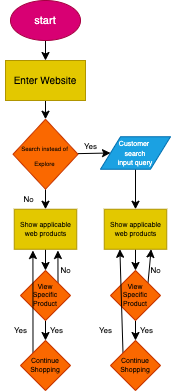
Earlier version of the draw.io export explore/diagramming/diagram.drawio.png (AnniePhan02/fa22-cse110-lab4). Source tidied: cells renumbered, new cells last; positions are measured from the earlier drawing's top-left corner, leaving out a move shared by most shapes.
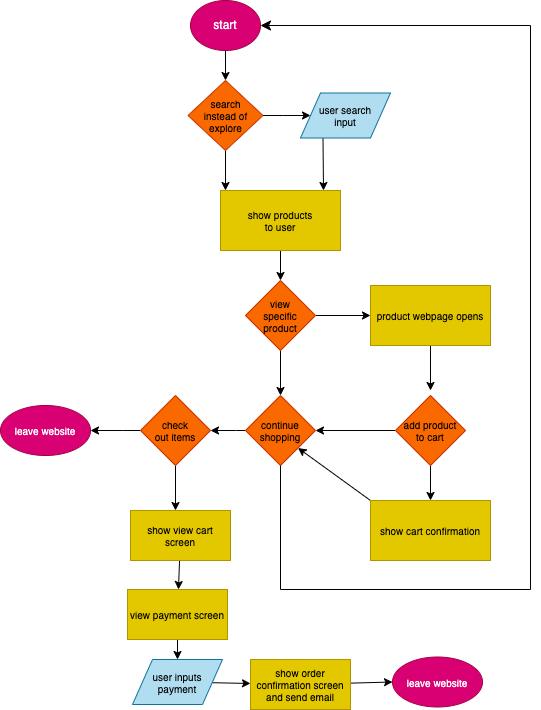
After the commit.

Commit message:
completed expand, expose, explore sections

What changed in the source:
```diff
@@ -2,106 +2,163 @@
   <root>
     <mxCell id="0" />
     <mxCell id="1" parent="0" />
-    <mxCell id="2" style="edgeStyle=none;html=1;" parent="1" edge="1" source="3" target="5">
-      <mxGeometry relative="1" as="geometry" />
-    </mxCell>
-    <mxCell id="3" value="&lt;font style=&quot;font-size: 11px;&quot;&gt;start&lt;/font&gt;" style="ellipse;whiteSpace=wrap;html=1;fillColor=#d80073;fontColor=#ffffff;strokeColor=#A50040;" parent="1" vertex="1">
-      <mxGeometry x="10" width="70" height="40" as="geometry" />
-    </mxCell>
-    <mxCell id="4" style="edgeStyle=none;html=1;entryX=0.5;entryY=0;entryDx=0;entryDy=0;" parent="1" edge="1" source="5" target="8">
-      <mxGeometry relative="1" as="geometry" />
-    </mxCell>
-    <mxCell id="5" value="&lt;font style=&quot;font-size: 10px;&quot;&gt;Enter Website&lt;/font&gt;" style="rounded=0;whiteSpace=wrap;html=1;fillColor=#e3c800;strokeColor=#B09500;fontColor=#000000;" parent="1" vertex="1">
-      <mxGeometry x="5" y="60" width="80" height="40" as="geometry" />
-    </mxCell>
-    <mxCell id="6" style="edgeStyle=none;html=1;fontSize=6;entryX=0;entryY=0.5;entryDx=0;entryDy=0;" parent="1" edge="1" source="8" target="12">
-      <mxGeometry relative="1" as="geometry" />
-    </mxCell>
-    <mxCell id="7" style="edgeStyle=none;html=1;fontSize=7;" parent="1" edge="1" source="8" target="14">
-      <mxGeometry relative="1" as="geometry" />
-    </mxCell>
-    <mxCell id="8" value="&lt;font style=&quot;font-size: 6px;&quot;&gt;Search instead of Explore&lt;/font&gt;" style="rhombus;whiteSpace=wrap;html=1;fillColor=#fa6800;fontColor=#000000;strokeColor=#C73500;" parent="1" vertex="1">
-      <mxGeometry x="12.5" y="118.8" width="65" height="70" as="geometry" />
-    </mxCell>
-    <mxCell id="9" value="&lt;font style=&quot;font-size: 8px;&quot;&gt;Yes&lt;/font&gt;" style="text;html=1;align=center;verticalAlign=middle;strokeColor=none;fillColor=none;fontSize=6;" parent="1" vertex="1">
-      <mxGeometry x="70" y="136.2" width="40" height="20" as="geometry" />
-    </mxCell>
-    <mxCell id="10" value="No" style="text;html=1;align=center;verticalAlign=middle;strokeColor=none;fillColor=none;fontSize=8;" parent="1" vertex="1">
-      <mxGeometry x="12.5" y="188.8" width="30" height="20" as="geometry" />
-    </mxCell>
-    <mxCell id="11" style="edgeStyle=none;html=1;fontSize=7;" parent="1" edge="1" source="12" target="16">
-      <mxGeometry relative="1" as="geometry" />
-    </mxCell>
-    <mxCell id="12" value="&lt;font style=&quot;font-size: 7px;&quot;&gt;Customer&amp;nbsp;&lt;br&gt;search&lt;br&gt;input query&lt;/font&gt;" style="shape=parallelogram;perimeter=parallelogramPerimeter;whiteSpace=wrap;html=1;fixedSize=1;fontSize=8;fillColor=#1ba1e2;fontColor=#ffffff;strokeColor=#006EAF;" parent="1" vertex="1">
-      <mxGeometry x="100" y="136.2" width="70" height="32.5" as="geometry" />
-    </mxCell>
-    <mxCell id="13" style="edgeStyle=none;html=1;entryX=0.5;entryY=0;entryDx=0;entryDy=0;fontSize=7;" parent="1" edge="1" source="14">
-      <mxGeometry relative="1" as="geometry">
-        <mxPoint x="45" y="270" as="targetPoint" />
-      </mxGeometry>
-    </mxCell>
-    <mxCell id="14" value="Show applicable web products" style="rounded=0;whiteSpace=wrap;html=1;fontSize=7;fillColor=#e3c800;strokeColor=#B09500;fontColor=#000000;" parent="1" vertex="1">
-      <mxGeometry x="13.8" y="208.8" width="62.5" height="40" as="geometry" />
-    </mxCell>
-    <mxCell id="15" style="edgeStyle=none;html=1;fontSize=7;" parent="1" edge="1" source="16" target="19">
-      <mxGeometry relative="1" as="geometry" />
-    </mxCell>
-    <mxCell id="16" value="Show applicable web products" style="rounded=0;whiteSpace=wrap;html=1;fontSize=7;fillColor=#e3c800;strokeColor=#B09500;fontColor=#000000;" parent="1" vertex="1">
-      <mxGeometry x="103.8" y="208.8" width="62.5" height="40" as="geometry" />
-    </mxCell>
-    <mxCell id="17" style="edgeStyle=none;html=1;exitX=1;exitY=0;exitDx=0;exitDy=0;entryX=0.75;entryY=1;entryDx=0;entryDy=0;fontSize=7;" parent="1" edge="1" source="19" target="16">
-      <mxGeometry relative="1" as="geometry" />
-    </mxCell>
-    <mxCell id="18" style="edgeStyle=none;html=1;exitX=0.5;exitY=1;exitDx=0;exitDy=0;entryX=0.5;entryY=0;entryDx=0;entryDy=0;fontSize=7;" parent="1" edge="1" source="19" target="28">
-      <mxGeometry relative="1" as="geometry" />
-    </mxCell>
-    <mxCell id="19" value="View&lt;br&gt;Specific Product" style="rhombus;whiteSpace=wrap;html=1;fontSize=7;fillColor=#fa6800;fontColor=#000000;strokeColor=#C73500;" parent="1" vertex="1">
-      <mxGeometry x="110" y="270" width="50" height="50" as="geometry" />
-    </mxCell>
-    <mxCell id="20" style="edgeStyle=none;html=1;exitX=1;exitY=0;exitDx=0;exitDy=0;fontSize=7;" parent="1" edge="1" source="22">
-      <mxGeometry relative="1" as="geometry">
-        <mxPoint x="57.4" y="250" as="targetPoint" />
-      </mxGeometry>
-    </mxCell>
-    <mxCell id="21" style="edgeStyle=none;html=1;exitX=0.5;exitY=1;exitDx=0;exitDy=0;entryX=0.5;entryY=0;entryDx=0;entryDy=0;fontSize=7;" parent="1" edge="1" source="22">
-      <mxGeometry relative="1" as="geometry">
-        <mxPoint x="45" y="340" as="targetPoint" />
-      </mxGeometry>
-    </mxCell>
-    <mxCell id="22" value="View&lt;br&gt;Specific Product" style="rhombus;whiteSpace=wrap;html=1;fontSize=7;fillColor=#fa6800;fontColor=#000000;strokeColor=#C73500;" parent="1" vertex="1">
-      <mxGeometry x="20" y="270" width="50" height="50" as="geometry" />
-    </mxCell>
-    <mxCell id="23" value="No" style="text;html=1;align=center;verticalAlign=middle;strokeColor=none;fillColor=none;fontSize=8;" parent="1" vertex="1">
-      <mxGeometry x="50" y="260" width="30" height="20" as="geometry" />
-    </mxCell>
-    <mxCell id="24" value="No" style="text;html=1;align=center;verticalAlign=middle;strokeColor=none;fillColor=none;fontSize=8;" parent="1" vertex="1">
-      <mxGeometry x="140" y="260" width="30" height="20" as="geometry" />
-    </mxCell>
-    <mxCell id="25" style="edgeStyle=none;html=1;exitX=0;exitY=0;exitDx=0;exitDy=0;fontSize=7;" parent="1" edge="1" source="26">
-      <mxGeometry relative="1" as="geometry">
-        <mxPoint x="32.4" y="250" as="targetPoint" />
-      </mxGeometry>
-    </mxCell>
-    <mxCell id="26" value="Continue Shopping" style="rhombus;whiteSpace=wrap;html=1;fontSize=7;fillColor=#fa6800;fontColor=#000000;strokeColor=#C73500;" parent="1" vertex="1">
-      <mxGeometry x="20" y="340" width="50" height="50" as="geometry" />
-    </mxCell>
-    <mxCell id="27" style="edgeStyle=none;html=1;exitX=0;exitY=0;exitDx=0;exitDy=0;entryX=0.25;entryY=1;entryDx=0;entryDy=0;fontSize=7;" parent="1" edge="1" source="28" target="16">
-      <mxGeometry relative="1" as="geometry" />
-    </mxCell>
-    <mxCell id="28" value="Continue Shopping" style="rhombus;whiteSpace=wrap;html=1;fontSize=7;fillColor=#fa6800;fontColor=#000000;strokeColor=#C73500;" parent="1" vertex="1">
-      <mxGeometry x="110" y="340" width="50" height="50" as="geometry" />
-    </mxCell>
-    <mxCell id="29" value="&lt;font style=&quot;font-size: 8px;&quot;&gt;Yes&lt;/font&gt;" style="text;html=1;align=center;verticalAlign=middle;strokeColor=none;fillColor=none;fontSize=6;" parent="1" vertex="1">
-      <mxGeometry y="320" width="40" height="20" as="geometry" />
-    </mxCell>
-    <mxCell id="30" value="&lt;font style=&quot;font-size: 8px;&quot;&gt;Yes&lt;/font&gt;" style="text;html=1;align=center;verticalAlign=middle;strokeColor=none;fillColor=none;fontSize=6;" parent="1" vertex="1">
-      <mxGeometry x="85" y="320" width="40" height="20" as="geometry" />
-    </mxCell>
-    <mxCell id="31" value="&lt;font style=&quot;font-size: 8px;&quot;&gt;Yes&lt;/font&gt;" style="text;html=1;align=center;verticalAlign=middle;strokeColor=none;fillColor=none;fontSize=6;" parent="1" vertex="1">
-      <mxGeometry x="36.2" y="320" width="40" height="20" as="geometry" />
-    </mxCell>
+    <mxCell id="33" style="edgeStyle=none;html=1;fontSize=10;" parent="1" edge="1" source="32" target="36">
+      <mxGeometry relative="1" as="geometry" />
+    </mxCell>
-    <mxCell id="32" value="&lt;font style=&quot;font-size: 8px;&quot;&gt;Yes&lt;/font&gt;" style="text;html=1;align=center;verticalAlign=middle;points=[];strokeColor=none;fillColor=none;fontSize=6;" parent="1" vertex="1">
-      <mxGeometry x="126.2" y="320" width="40" height="20" as="geometry" />
+    <mxCell id="32" value="start" style="ellipse;whiteSpace=wrap;html=1;fillColor=#d80073;strokeColor=#A50040;fontColor=#ffffff;" parent="1" vertex="1">
+      <mxGeometry x="126.2" y="320" width="70" height="50" as="geometry" />
     </mxCell>
+    <mxCell id="34" style="edgeStyle=none;html=1;fontSize=10;" parent="1" edge="1" source="36" target="38">
+      <mxGeometry relative="1" as="geometry" />
+    </mxCell>
+    <mxCell id="35" style="edgeStyle=none;html=1;fontSize=10;fontColor=#000000;" parent="1" edge="1" source="36">
+      <mxGeometry relative="1" as="geometry">
+        <mxPoint x="161.2" y="510" as="targetPoint" />
+      </mxGeometry>
+    </mxCell>
+    <mxCell id="36" value="search&lt;br&gt;instead of&lt;br&gt;explore" style="rhombus;whiteSpace=wrap;html=1;labelBackgroundColor=none;fontSize=10;fillColor=#fa6800;fontColor=#000000;strokeColor=#C73500;" parent="1" vertex="1">
+      <mxGeometry x="123.7" y="400" width="75" height="70" as="geometry" />
+    </mxCell>
+    <mxCell id="37" style="edgeStyle=none;html=1;exitX=0.25;exitY=1;exitDx=0;exitDy=0;fontSize=10;fontColor=#FFFFFF;" parent="1" edge="1" source="38">
+      <mxGeometry relative="1" as="geometry">
+        <mxPoint x="259.2" y="510" as="targetPoint" />
+      </mxGeometry>
+    </mxCell>
+    <mxCell id="38" value="&lt;font color=&quot;#000000&quot;&gt;user search&lt;br&gt;input&lt;br&gt;&lt;/font&gt;" style="shape=parallelogram;perimeter=parallelogramPerimeter;whiteSpace=wrap;html=1;fixedSize=1;labelBackgroundColor=none;fontSize=10;fillColor=#b1ddf0;strokeColor=#10739e;" parent="1" vertex="1">
+      <mxGeometry x="236.2" y="412.5" width="90" height="45" as="geometry" />
+    </mxCell>
+    <mxCell id="39" value="yes" style="text;html=1;strokeColor=none;fillColor=none;align=center;verticalAlign=middle;whiteSpace=wrap;rounded=0;labelBackgroundColor=none;fontSize=10;fontColor=#FFFFFF;" parent="1" vertex="1">
+      <mxGeometry x="196.2" y="412.5" width="60" height="30" as="geometry" />
+    </mxCell>
+    <mxCell id="40" value="no" style="text;html=1;align=center;verticalAlign=middle;strokeColor=none;fillColor=none;fontSize=10;fontColor=#FFFFFF;" parent="1" vertex="1">
+      <mxGeometry x="126.2" y="470" width="30" height="30" as="geometry" />
+    </mxCell>
+    <mxCell id="41" style="edgeStyle=none;html=1;entryX=0.5;entryY=0;entryDx=0;entryDy=0;fontSize=10;fontColor=#FFFFFF;" parent="1" edge="1" source="42" target="45">
+      <mxGeometry relative="1" as="geometry" />
+    </mxCell>
+    <mxCell id="42" value="show products&lt;br&gt;to user" style="rounded=0;whiteSpace=wrap;html=1;labelBackgroundColor=none;fontSize=10;fillColor=#e3c800;strokeColor=#B09500;fontColor=#000000;" parent="1" vertex="1">
+      <mxGeometry x="156.2" y="510" width="120" height="60" as="geometry" />
+    </mxCell>
+    <mxCell id="43" style="edgeStyle=none;html=1;exitX=1;exitY=0.5;exitDx=0;exitDy=0;fontSize=10;fontColor=#FFFFFF;" parent="1" edge="1" source="45">
+      <mxGeometry relative="1" as="geometry">
+        <mxPoint x="306.2" y="635" as="targetPoint" />
+      </mxGeometry>
+    </mxCell>
+    <mxCell id="44" style="edgeStyle=none;html=1;exitX=0.5;exitY=1;exitDx=0;exitDy=0;fontSize=10;fontColor=#FFFFFF;entryX=0.5;entryY=0;entryDx=0;entryDy=0;" parent="1" edge="1" source="45" target="57">
+      <mxGeometry relative="1" as="geometry" />
+    </mxCell>
+    <mxCell id="45" value="view&lt;br&gt;specific&lt;br&gt;product" style="rhombus;whiteSpace=wrap;html=1;labelBackgroundColor=none;fontSize=10;fontColor=#000000;fillColor=#fa6800;strokeColor=#C73500;" parent="1" vertex="1">
+      <mxGeometry x="181.2" y="600" width="70" height="70" as="geometry" />
+    </mxCell>
+    <mxCell id="46" style="edgeStyle=none;html=1;fontSize=10;fontColor=#FFFFFF;" parent="1" edge="1" source="47">
+      <mxGeometry relative="1" as="geometry">
+        <mxPoint x="366.2" y="710" as="targetPoint" />
+      </mxGeometry>
+    </mxCell>
+    <mxCell id="47" value="product webpage opens" style="rounded=0;whiteSpace=wrap;html=1;labelBackgroundColor=none;fontSize=10;fontColor=#000000;fillColor=#e3c800;strokeColor=#B09500;" parent="1" vertex="1">
+      <mxGeometry x="306.2" y="605" width="120" height="60" as="geometry" />
+    </mxCell>
+    <mxCell id="48" value="yes" style="text;html=1;strokeColor=none;fillColor=none;align=center;verticalAlign=middle;whiteSpace=wrap;rounded=0;labelBackgroundColor=none;fontSize=10;fontColor=#FFFFFF;" parent="1" vertex="1">
+      <mxGeometry x="246.2" y="605" width="60" height="30" as="geometry" />
+    </mxCell>
+    <mxCell id="49" value="no" style="text;html=1;align=center;verticalAlign=middle;strokeColor=none;fillColor=none;fontSize=10;fontColor=#FFFFFF;" parent="1" vertex="1">
+      <mxGeometry x="186.2" y="665" width="30" height="30" as="geometry" />
+    </mxCell>
+    <mxCell id="50" style="edgeStyle=none;html=1;fontSize=10;fontColor=#FFFFFF;" parent="1" edge="1" source="52">
+      <mxGeometry relative="1" as="geometry">
+        <mxPoint x="366.2" y="820" as="targetPoint" />
+      </mxGeometry>
+    </mxCell>
+    <mxCell id="51" style="edgeStyle=none;html=1;fontSize=10;fontColor=#FFFFFF;" parent="1" edge="1" source="52" target="57">
+      <mxGeometry relative="1" as="geometry" />
+    </mxCell>
+    <mxCell id="52" value="add product&lt;br&gt;to cart" style="rhombus;whiteSpace=wrap;html=1;labelBackgroundColor=none;fontSize=10;fontColor=#000000;fillColor=#fa6800;strokeColor=#C73500;" parent="1" vertex="1">
+      <mxGeometry x="331.2" y="715" width="70" height="70" as="geometry" />
+    </mxCell>
+    <mxCell id="53" style="edgeStyle=none;html=1;exitX=0;exitY=0;exitDx=0;exitDy=0;entryX=1;entryY=1;entryDx=0;entryDy=0;fontSize=10;fontColor=#FFFFFF;" parent="1" edge="1" source="54" target="57">
+      <mxGeometry relative="1" as="geometry" />
+    </mxCell>
+    <mxCell id="54" value="show cart confirmation" style="rounded=0;whiteSpace=wrap;html=1;labelBackgroundColor=none;fontSize=10;fontColor=#000000;fillColor=#e3c800;strokeColor=#B09500;" parent="1" vertex="1">
+      <mxGeometry x="306.2" y="820" width="120" height="60" as="geometry" />
+    </mxCell>
+    <mxCell id="55" value="yes" style="text;html=1;strokeColor=none;fillColor=none;align=center;verticalAlign=middle;whiteSpace=wrap;rounded=0;labelBackgroundColor=none;fontSize=10;fontColor=#FFFFFF;" parent="1" vertex="1">
+      <mxGeometry x="356.2" y="780" width="60" height="30" as="geometry" />
+    </mxCell>
+    <mxCell id="56" style="edgeStyle=none;html=1;fontSize=10;fontColor=#FFFFFF;" parent="1" edge="1" source="57">
+      <mxGeometry relative="1" as="geometry">
+        <mxPoint x="146.2" y="750" as="targetPoint" />
+      </mxGeometry>
+    </mxCell>
+    <mxCell id="57" value="continue&lt;br&gt;shopping" style="rhombus;whiteSpace=wrap;html=1;labelBackgroundColor=none;fontSize=10;fontColor=#000000;fillColor=#fa6800;strokeColor=#C73500;" parent="1" vertex="1">
+      <mxGeometry x="181.2" y="715" width="70" height="70" as="geometry" />
+    </mxCell>
+    <mxCell id="58" value="no" style="text;html=1;strokeColor=none;fillColor=none;align=center;verticalAlign=middle;whiteSpace=wrap;rounded=0;labelBackgroundColor=none;fontSize=10;fontColor=#FFFFFF;" parent="1" vertex="1">
+      <mxGeometry x="266.2" y="720" width="60" height="30" as="geometry" />
+    </mxCell>
+    <mxCell id="59" value="no" style="text;html=1;strokeColor=none;fillColor=none;align=center;verticalAlign=middle;whiteSpace=wrap;rounded=0;labelBackgroundColor=none;fontSize=10;fontColor=#FFFFFF;" parent="1" vertex="1">
+      <mxGeometry x="138.7" y="730" width="60" height="30" as="geometry" />
+    </mxCell>
+    <mxCell id="60" value="yes" style="text;html=1;align=center;verticalAlign=middle;strokeColor=none;fillColor=none;fontSize=10;fontColor=#FFFFFF;" parent="1" vertex="1">
+      <mxGeometry x="216.2" y="815" width="40" height="30" as="geometry" />
+    </mxCell>
+    <mxCell id="61" style="edgeStyle=segmentEdgeStyle;endArrow=classic;html=1;curved=0;rounded=0;endSize=8;startSize=8;sourcePerimeterSpacing=0;targetPerimeterSpacing=0;fontSize=10;fontColor=#FFFFFF;entryX=1;entryY=0.5;entryDx=0;entryDy=0;" parent="1" edge="1" target="32">
+      <mxGeometry relative="1" as="geometry">
+        <mxPoint x="216.2" y="785" as="sourcePoint" />
+        <Array as="points">
+          <mxPoint x="216.2" y="909" />
+          <mxPoint x="466.2" y="909" />
+          <mxPoint x="466.2" y="345" />
+        </Array>
+      </mxGeometry>
+    </mxCell>
+    <mxCell id="62" style="edgeStyle=none;html=1;fontSize=10;fontColor=#FFFFFF;" parent="1" edge="1" source="64">
+      <mxGeometry relative="1" as="geometry">
+        <mxPoint x="26.2" y="750" as="targetPoint" />
+      </mxGeometry>
+    </mxCell>
+    <mxCell id="63" style="edgeStyle=none;html=1;fontSize=10;fontColor=#FFFFFF;" parent="1" edge="1" source="64">
+      <mxGeometry relative="1" as="geometry">
+        <mxPoint x="111.2" y="830" as="targetPoint" />
+      </mxGeometry>
+    </mxCell>
+    <mxCell id="64" value="check&lt;br&gt;out items" style="rhombus;whiteSpace=wrap;html=1;labelBackgroundColor=none;fontSize=10;fontColor=#000000;fillColor=#fa6800;strokeColor=#C73500;" parent="1" vertex="1">
+      <mxGeometry x="76.2" y="715" width="70" height="70" as="geometry" />
+    </mxCell>
+    <mxCell id="65" value="no" style="text;html=1;strokeColor=none;fillColor=none;align=center;verticalAlign=middle;whiteSpace=wrap;rounded=0;labelBackgroundColor=none;fontSize=10;fontColor=#FFFFFF;" parent="1" vertex="1">
+      <mxGeometry x="26.2" y="730" width="60" height="30" as="geometry" />
+    </mxCell>
+    <mxCell id="66" value="leave website" style="ellipse;whiteSpace=wrap;html=1;labelBackgroundColor=none;fontSize=10;fontColor=#ffffff;fillColor=#d80073;strokeColor=#A50040;" parent="1" vertex="1">
+      <mxGeometry x="-63.8" y="725" width="90" height="50" as="geometry" />
+    </mxCell>
+    <mxCell id="67" value="yes" style="text;html=1;align=center;verticalAlign=middle;strokeColor=none;fillColor=none;fontSize=10;fontColor=#FFFFFF;" parent="1" vertex="1">
+      <mxGeometry x="106.2" y="785" width="40" height="30" as="geometry" />
+    </mxCell>
+    <mxCell id="68" style="edgeStyle=none;html=1;fontSize=10;fontColor=#FFFFFF;" parent="1" edge="1" source="69" target="71">
+      <mxGeometry relative="1" as="geometry" />
+    </mxCell>
+    <mxCell id="69" value="show view cart&lt;br&gt;screen" style="rounded=0;whiteSpace=wrap;html=1;labelBackgroundColor=none;fontSize=10;fontColor=#000000;fillColor=#e3c800;strokeColor=#B09500;" parent="1" vertex="1">
+      <mxGeometry x="66.2" y="830" width="100" height="50" as="geometry" />
+    </mxCell>
+    <mxCell id="70" style="edgeStyle=none;html=1;entryX=0.5;entryY=0;entryDx=0;entryDy=0;fontSize=10;fontColor=#FFFFFF;" parent="1" edge="1" source="71" target="73">
+      <mxGeometry relative="1" as="geometry" />
+    </mxCell>
+    <mxCell id="71" value="view payment screen" style="rounded=0;whiteSpace=wrap;html=1;labelBackgroundColor=none;fontSize=10;fontColor=#000000;fillColor=#e3c800;strokeColor=#B09500;" parent="1" vertex="1">
+      <mxGeometry x="63.2" y="909" width="100" height="50" as="geometry" />
+    </mxCell>
+    <mxCell id="72" style="edgeStyle=none;html=1;fontSize=10;fontColor=#000000;" parent="1" edge="1" source="73" target="75">
+      <mxGeometry relative="1" as="geometry" />
+    </mxCell>
+    <mxCell id="73" value="&lt;font color=&quot;#000000&quot;&gt;user inputs&lt;br&gt;payment&lt;/font&gt;" style="shape=parallelogram;perimeter=parallelogramPerimeter;whiteSpace=wrap;html=1;fixedSize=1;labelBackgroundColor=none;fontSize=10;fillColor=#b1ddf0;strokeColor=#10739e;" parent="1" vertex="1">
+      <mxGeometry x="68.2" y="979" width="90" height="45" as="geometry" />
+    </mxCell>
+    <mxCell id="74" style="edgeStyle=none;html=1;entryX=0;entryY=0.5;entryDx=0;entryDy=0;fontSize=10;fontColor=#000000;" parent="1" edge="1" source="75" target="76">
+      <mxGeometry relative="1" as="geometry" />
+    </mxCell>
+    <mxCell id="75" value="show order confirmation screen&lt;br&gt;and send email" style="rounded=0;whiteSpace=wrap;html=1;labelBackgroundColor=none;fontSize=10;fontColor=#000000;fillColor=#e3c800;strokeColor=#B09500;" parent="1" vertex="1">
+      <mxGeometry x="186.2" y="979" width="100" height="50" as="geometry" />
+    </mxCell>
+    <mxCell id="76" value="leave website" style="ellipse;whiteSpace=wrap;html=1;labelBackgroundColor=none;fontSize=10;fontColor=#ffffff;fillColor=#d80073;strokeColor=#A50040;" parent="1" vertex="1">
+      <mxGeometry x="328.2" y="976.5" width="90" height="50" as="geometry" />
+    </mxCell>
   </root>
 </mxGraphModel>
```
